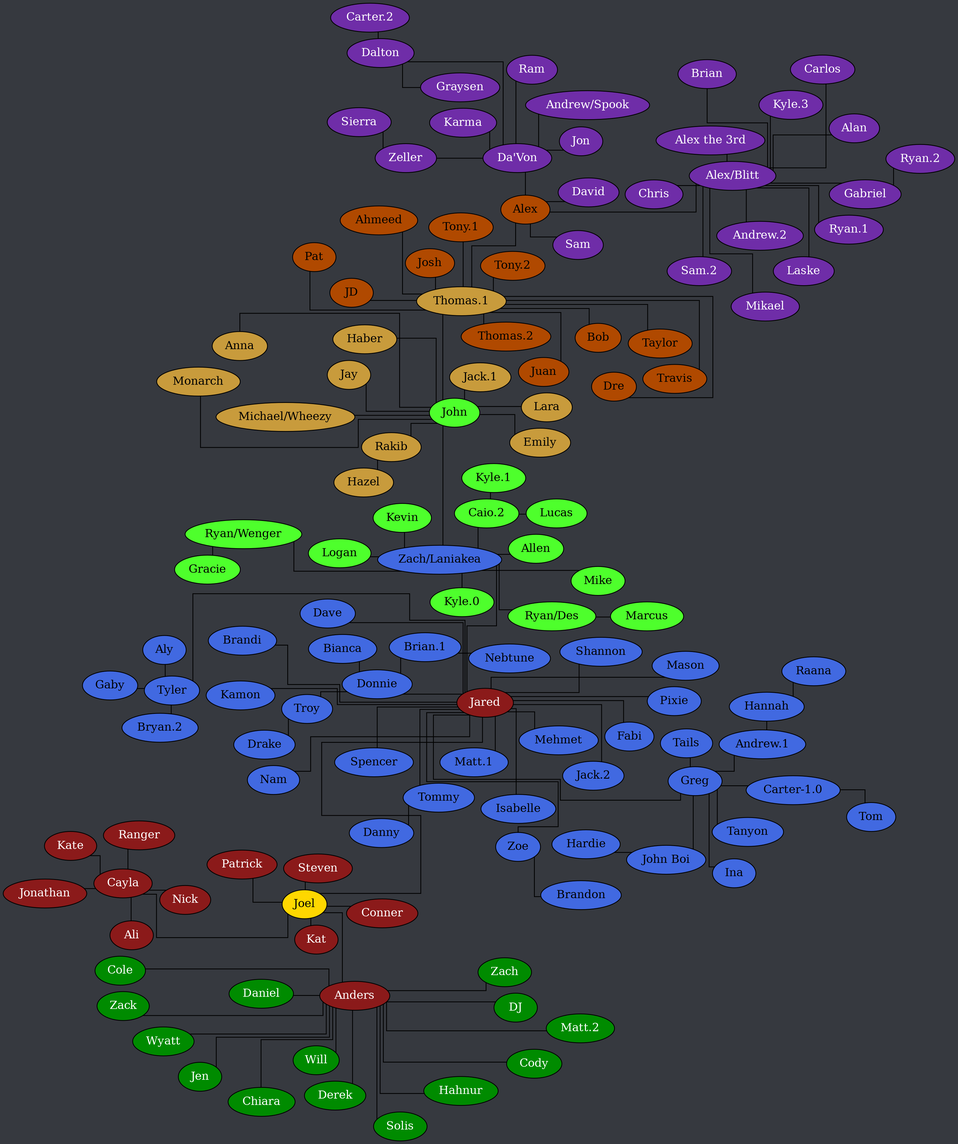
This is tree.png from Documidas/CoronaCatzFamilyTree, a Graphviz export, as it was before one commit. Its source is kept beside it as tree.dot.
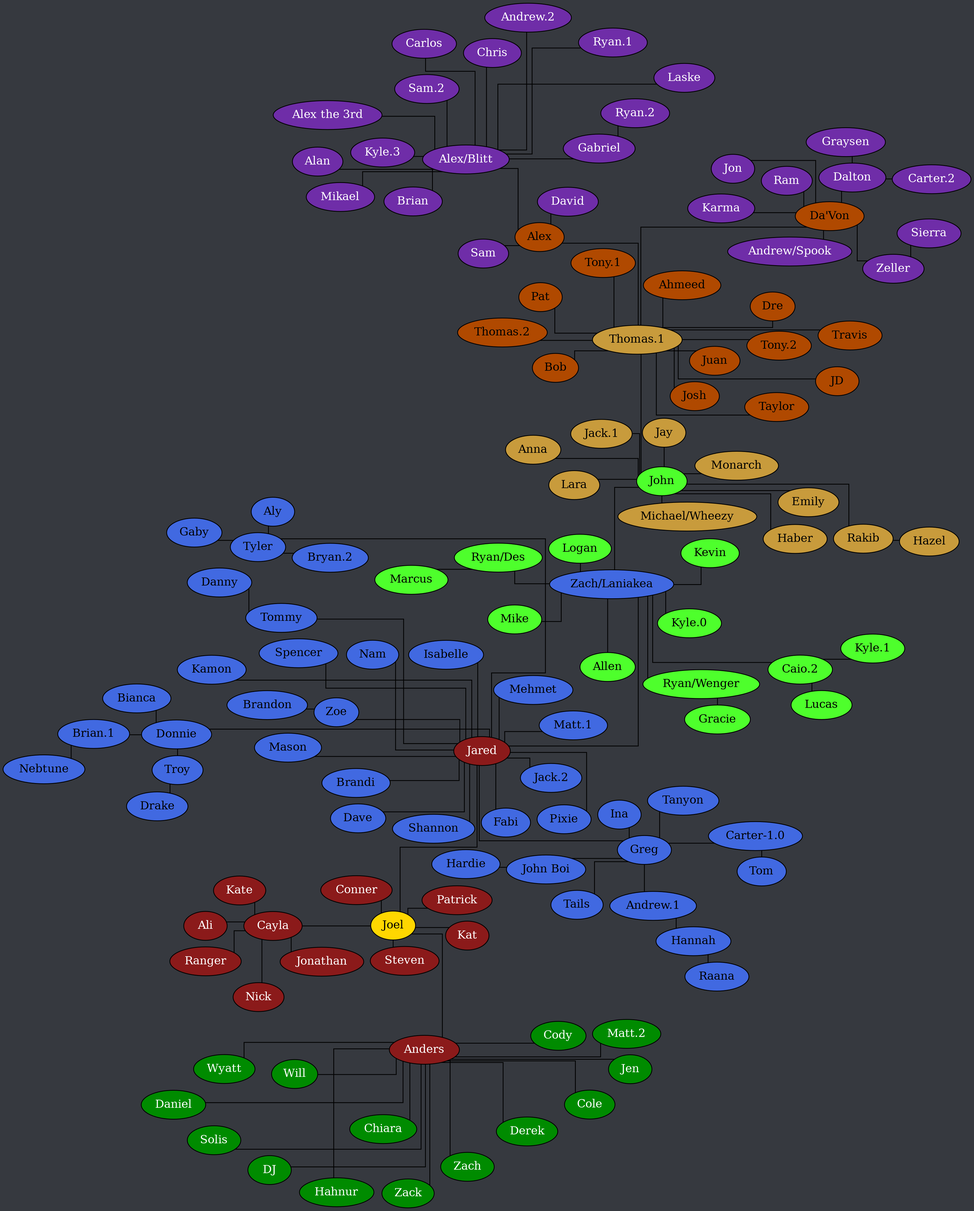
The same diagram one commit later.

Commit message:
Move Da'Von to Thomas.1's tree

Diff of the diagram source:
```diff
@@ -137,6 +137,7 @@
 		"Thomas.1" -- Ahmeed;
 		"Thomas.1" -- Alex;
 		"Thomas.1" -- Bob;
+		"Thomas.1" -- "Da'Von";
 		"Thomas.1" -- Dre;
 		"Thomas.1" -- JD;
 		"Thomas.1" -- Josh;
@@ -153,7 +154,6 @@
 		node [ style=filled fillcolor="#6f2da8" fontcolor="white" ];
 
 		Alex -- "Alex/Blitt";
-		Alex -- "Da'Von";
 		Alex -- David;
 		Alex -- Sam;
 		"Alex/Blitt" -- Alan;
```
